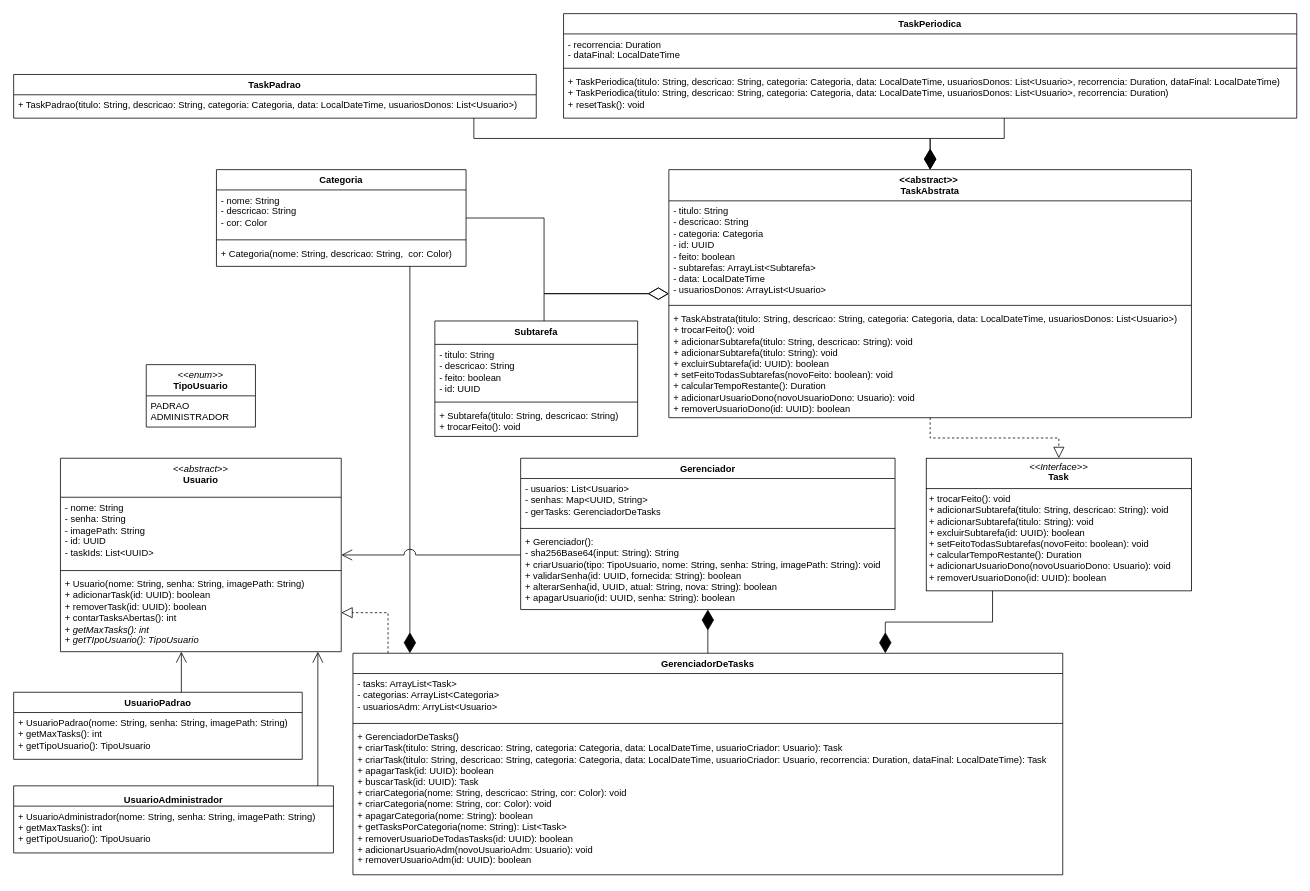
This is diagrama/diagrama.drawio from yaesetti/task-it, a draw.io file, before an edit. Source tidied: cells renumbered, new cells numbered last; positions are measured from the earlier drawing's top-left corner, leaving out a move shared by most shapes. Both pictures are drawn from the tidied source at 78%, with x=0, y=0 at pixel (13, 13).
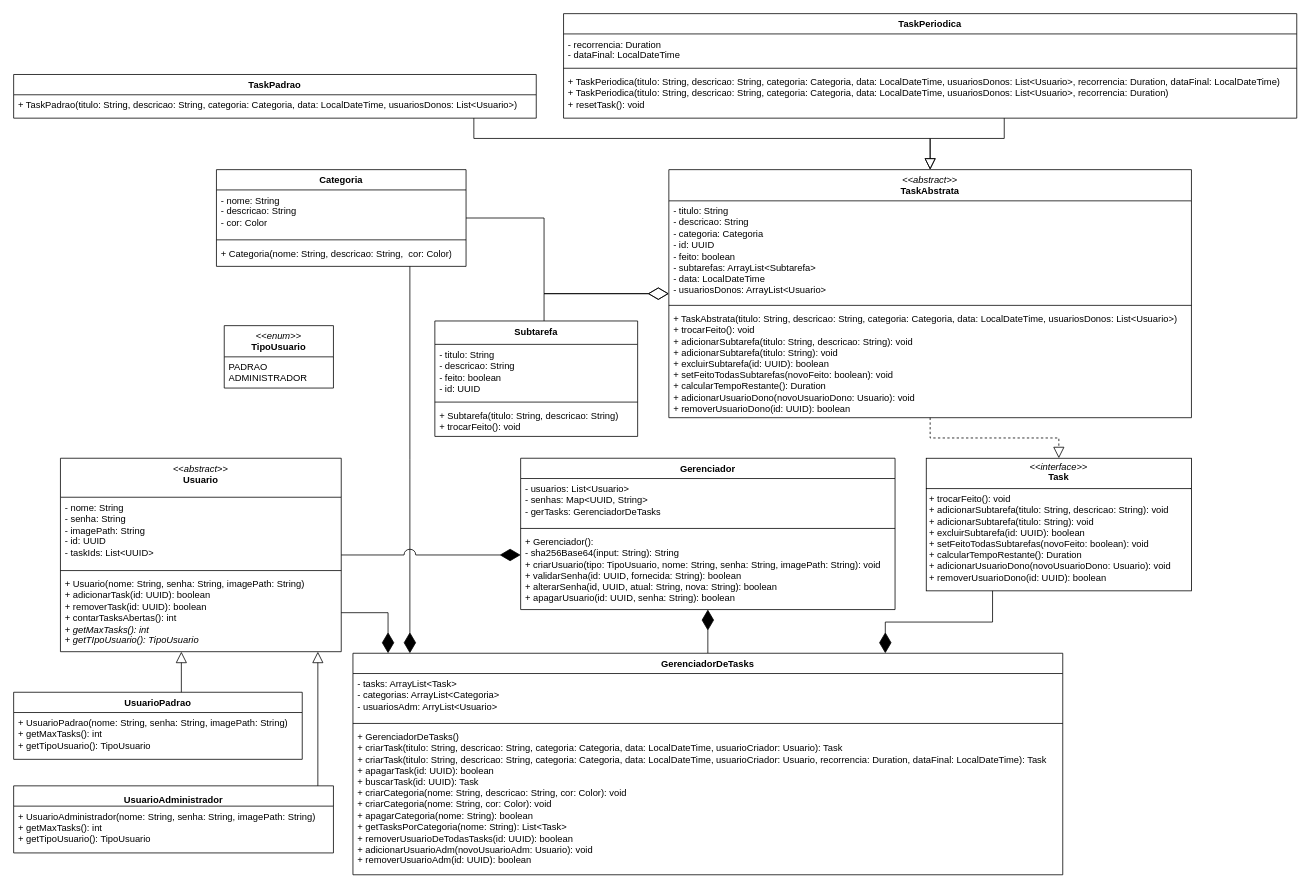
The same page after the edit.

Commit message:
agora sim tá bão

The change refers to these unchanged cells:
```xml
<mxCell id="15" value="TaskPadrao" style="swimlane;fontStyle=1;align=center;verticalAlign=top;horizontal=1;startSize=26;whiteSpace=wrap;html=1;" parent="1" vertex="1">
  <mxGeometry y="78" width="670" height="56" as="geometry" />
</mxCell>
<mxCell id="17" value="TaskPeriodica" style="swimlane;fontStyle=1;align=center;verticalAlign=top;horizontal=1;startSize=26;whiteSpace=wrap;html=1;" parent="1" vertex="1">
  <mxGeometry x="705" width="940" height="134" as="geometry" />
</mxCell>
<mxCell id="23" value="&lt;div&gt;&lt;span style=&quot;font-weight: normal;&quot;&gt;&amp;lt;&amp;lt;&lt;i&gt;abstract&lt;/i&gt;&amp;gt;&amp;gt;&lt;/span&gt;&lt;/div&gt;&lt;div&gt;Usuario&lt;/div&gt;" style="swimlane;fontStyle=1;align=center;verticalAlign=top;horizontal=1;startSize=50;whiteSpace=wrap;html=1;" parent="1" vertex="1">
  <mxGeometry x="60" y="570" width="360" height="248" as="geometry" />
</mxCell>
<mxCell id="26" value="&lt;div&gt;+ Usuario(nome: String, senha: String, imagePath: String)&lt;/div&gt;&lt;div&gt;+ adicionarTask(id: UUID): boolean&lt;/div&gt;&lt;div&gt;+ removerTask(id: UUID): boolean&lt;/div&gt;&lt;div&gt;+ contarTasksAbertas(): int&lt;/div&gt;&lt;div&gt;+ &lt;i&gt;getMaxTasks(): int&lt;/i&gt;&lt;/div&gt;&lt;div&gt;+ &lt;i&gt;getTIpoUsuario(): TipoUsuario&lt;/i&gt;&lt;/div&gt;" style="text;strokeColor=none;fillColor=none;align=left;verticalAlign=top;spacingLeft=4;spacingRight=4;overflow=hidden;points=[[0,0.5],[1,0.5]];portConstraint=eastwest;whiteSpace=wrap;html=1;" parent="23" vertex="1">
  <mxGeometry y="148" width="360" height="100" as="geometry" />
</mxCell>
<mxCell id="27" value="UsuarioPadrao" style="swimlane;fontStyle=1;align=center;verticalAlign=top;horizontal=1;startSize=26;whiteSpace=wrap;html=1;" parent="1" vertex="1">
  <mxGeometry y="870" width="370" height="86" as="geometry" />
</mxCell>
<mxCell id="29" value="&lt;p style=&quot;margin:0px;margin-top:4px;text-align:center;&quot;&gt;&lt;b&gt;UsuarioAdministrador&lt;/b&gt;&lt;/p&gt;" style="swimlane;fontStyle=1;align=center;verticalAlign=top;horizontal=1;startSize=26;whiteSpace=wrap;html=1;" parent="1" vertex="1">
  <mxGeometry y="990" width="410" height="86" as="geometry" />
</mxCell>
<mxCell id="42" value="Gerenciador" style="swimlane;fontStyle=1;align=center;verticalAlign=top;horizontal=1;startSize=26;whiteSpace=wrap;html=1;" parent="1" vertex="1">
  <mxGeometry x="650" y="570" width="480" height="194" as="geometry" />
</mxCell>
<mxCell id="46" value="GerenciadorDeTasks" style="swimlane;fontStyle=1;align=center;verticalAlign=top;horizontal=1;startSize=26;whiteSpace=wrap;html=1;" parent="1" vertex="1">
  <mxGeometry x="435" y="820" width="910" height="284" as="geometry" />
</mxCell>
```

The edit, as a diff of the source:
```diff
@@
-    <mxCell id="10" value="&lt;p style=&quot;margin:0px;margin-top:4px;text-align:center;&quot;&gt;&lt;i&gt;&amp;lt;&amp;lt;Interface&amp;gt;&amp;gt;&lt;/i&gt;&lt;br&gt;&lt;b&gt;Task&lt;/b&gt;&lt;/p&gt;&lt;hr size=&quot;1&quot; style=&quot;border-style:solid;&quot;&gt;&lt;p style=&quot;margin:0px;margin-left:4px;&quot;&gt;+ trocarFeito(): void&lt;/p&gt;&lt;p style=&quot;margin:0px;margin-left:4px;&quot;&gt;+ adicionarSubtarefa(titulo: String, descricao: String): void&lt;/p&gt;&lt;p style=&quot;margin:0px;margin-left:4px;&quot;&gt;+ adicionarSubtarefa(titulo: String): void&lt;/p&gt;&lt;p style=&quot;margin:0px;margin-left:4px;&quot;&gt;+ excluirSubtarefa(id: UUID): boolean&lt;/p&gt;&lt;p style=&quot;margin:0px;margin-left:4px;&quot;&gt;+ setFeitoTodasSubtarefas(novoFeito: boolean): void&lt;/p&gt;&lt;p style=&quot;margin:0px;margin-left:4px;&quot;&gt;+ calcularTempoRestante(): Duration&lt;/p&gt;&lt;p style=&quot;margin:0px;margin-left:4px;&quot;&gt;+ adicionarUsuarioDono(novoUsuarioDono: Usuario): void&lt;/p&gt;&lt;p style=&quot;margin:0px;margin-left:4px;&quot;&gt;+ removerUsuarioDono(id: UUID): boolean&lt;/p&gt;" style="verticalAlign=top;align=left;overflow=fill;html=1;whiteSpace=wrap;" parent="1" vertex="1">
+    <mxCell id="10" value="&lt;p style=&quot;margin:0px;margin-top:4px;text-align:center;&quot;&gt;&lt;i&gt;&amp;lt;&amp;lt;interface&amp;gt;&amp;gt;&lt;/i&gt;&lt;br&gt;&lt;b&gt;Task&lt;/b&gt;&lt;/p&gt;&lt;hr size=&quot;1&quot; style=&quot;border-style:solid;&quot;&gt;&lt;p style=&quot;margin:0px;margin-left:4px;&quot;&gt;+ trocarFeito(): void&lt;/p&gt;&lt;p style=&quot;margin:0px;margin-left:4px;&quot;&gt;+ adicionarSubtarefa(titulo: String, descricao: String): void&lt;/p&gt;&lt;p style=&quot;margin:0px;margin-left:4px;&quot;&gt;+ adicionarSubtarefa(titulo: String): void&lt;/p&gt;&lt;p style=&quot;margin:0px;margin-left:4px;&quot;&gt;+ excluirSubtarefa(id: UUID): boolean&lt;/p&gt;&lt;p style=&quot;margin:0px;margin-left:4px;&quot;&gt;+ setFeitoTodasSubtarefas(novoFeito: boolean): void&lt;/p&gt;&lt;p style=&quot;margin:0px;margin-left:4px;&quot;&gt;+ calcularTempoRestante(): Duration&lt;/p&gt;&lt;p style=&quot;margin:0px;margin-left:4px;&quot;&gt;+ adicionarUsuarioDono(novoUsuarioDono: Usuario): void&lt;/p&gt;&lt;p style=&quot;margin:0px;margin-left:4px;&quot;&gt;+ removerUsuarioDono(id: UUID): boolean&lt;/p&gt;" style="verticalAlign=top;align=left;overflow=fill;html=1;whiteSpace=wrap;" parent="1" vertex="1">
       <mxGeometry x="1170" y="570" width="340" height="170" as="geometry" />
     </mxCell>
-    <mxCell id="11" value="&lt;div&gt;&amp;lt;&amp;lt;abstract&amp;gt;&amp;gt;&amp;nbsp;&lt;/div&gt;&lt;div&gt;TaskAbstrata&lt;/div&gt;" style="swimlane;fontStyle=1;align=center;verticalAlign=top;horizontal=1;startSize=40;whiteSpace=wrap;html=1;" parent="1" vertex="1">
+    <mxCell id="11" value="&lt;div&gt;&lt;span style=&quot;font-weight: normal;&quot;&gt;&amp;lt;&amp;lt;&lt;i&gt;abstract&lt;/i&gt;&amp;gt;&amp;gt;&lt;/span&gt;&lt;/div&gt;&lt;div&gt;&lt;span style=&quot;background-color: transparent; color: light-dark(rgb(0, 0, 0), rgb(255, 255, 255));&quot;&gt;TaskAbstrata&lt;/span&gt;&lt;/div&gt;" style="swimlane;fontStyle=1;align=center;verticalAlign=top;horizontal=1;startSize=40;whiteSpace=wrap;html=1;" parent="1" vertex="1">
       <mxGeometry x="840" y="200" width="670" height="318" as="geometry" />
     </mxCell>
@@
     <mxCell id="21" value="&lt;div&gt;&amp;lt;&amp;lt;&lt;i&gt;enum&lt;/i&gt;&amp;gt;&amp;gt;&lt;/div&gt;&lt;div&gt;&lt;b&gt;TipoUsuario&lt;/b&gt;&lt;/div&gt;" style="swimlane;fontStyle=0;horizontal=1;startSize=40;fillColor=none;whiteSpace=wrap;html=1;" parent="1" vertex="1">
-      <mxGeometry x="170" y="450" width="140" height="80" as="geometry" />
+      <mxGeometry x="270" y="400" width="140" height="80" as="geometry" />
     </mxCell>
@@
-    <mxCell id="31" style="endArrow=diamondThin;endFill=1;endSize=24;html=1;rounded=0;edgeStyle=orthogonalEdgeStyle;" parent="1" edge="1" source="17" target="11">
+    <mxCell id="31" style="endArrow=block;endFill=0;endSize=12;html=1;rounded=0;edgeStyle=orthogonalEdgeStyle;" parent="1" edge="1" source="17" target="11">
       <mxGeometry relative="1" as="geometry">
         <Array as="points">
           <mxPoint x="1270" y="160" />
           <mxPoint x="1175" y="160" />
         </Array>
       </mxGeometry>
     </mxCell>
@@
-    <mxCell id="34" style="endArrow=open;endFill=1;endSize=12;html=1;rounded=0;edgeStyle=elbowEdgeStyle;" parent="1" edge="1" source="27" target="23">
+    <mxCell id="34" style="endArrow=block;endFill=0;endSize=12;html=1;rounded=0;edgeStyle=elbowEdgeStyle;" parent="1" edge="1" source="27" target="23">
       <mxGeometry relative="1" as="geometry" />
     </mxCell>
-    <mxCell id="35" style="endArrow=open;endFill=1;endSize=12;html=1;rounded=0;edgeStyle=elbowEdgeStyle;jumpStyle=arc;" parent="1" edge="1" source="29" target="23">
+    <mxCell id="35" style="endArrow=block;endFill=0;endSize=12;html=1;rounded=0;edgeStyle=elbowEdgeStyle;jumpStyle=arc;" parent="1" edge="1" source="29" target="23">
       <mxGeometry relative="1" as="geometry">
         <Array as="points">
           <mxPoint x="390" y="970" />
         </Array>
       </mxGeometry>
     </mxCell>
@@
-    <mxCell id="38" style="endArrow=open;endFill=1;endSize=12;html=1;rounded=0;edgeStyle=orthogonalEdgeStyle;jumpStyle=arc;jumpSize=15;" parent="1" edge="1" source="42" target="23">
+    <mxCell id="38" style="endArrow=none;endFill=0;endSize=12;html=1;rounded=0;edgeStyle=orthogonalEdgeStyle;jumpStyle=arc;jumpSize=15;startArrow=diamondThin;startFill=1;startSize=24;" parent="1" edge="1" source="42" target="23">
       <mxGeometry relative="1" as="geometry">
         <Array as="points">
           <mxPoint x="580" y="694" />
           <mxPoint x="580" y="694" />
         </Array>
       </mxGeometry>
     </mxCell>
@@
-    <mxCell id="41" style="endArrow=block;dashed=1;endFill=0;endSize=12;html=1;rounded=0;entryX=1;entryY=0.5;entryDx=0;entryDy=0;edgeStyle=orthogonalEdgeStyle;" parent="1" edge="1" source="46" target="26">
+    <mxCell id="41" style="endArrow=none;endFill=0;endSize=12;html=1;rounded=0;entryX=1;entryY=0.5;entryDx=0;entryDy=0;edgeStyle=orthogonalEdgeStyle;startArrow=diamondThin;startFill=1;startSize=24;" parent="1" edge="1" source="46" target="26">
       <mxGeometry relative="1" as="geometry">
         <Array as="points">
           <mxPoint x="480" y="768" />
         </Array>
       </mxGeometry>
     </mxCell>
@@
-    <mxCell id="50" style="endArrow=diamondThin;endFill=1;endSize=24;html=1;rounded=0;edgeStyle=orthogonalEdgeStyle;entryX=0.5;entryY=0;entryDx=0;entryDy=0;elbow=vertical;" parent="1" edge="1" source="15" target="11">
+    <mxCell id="50" style="endArrow=block;endFill=0;endSize=12;html=1;rounded=0;edgeStyle=orthogonalEdgeStyle;entryX=0.5;entryY=0;entryDx=0;entryDy=0;elbow=vertical;" parent="1" edge="1" source="15" target="11">
       <mxGeometry relative="1" as="geometry">
         <Array as="points">
           <mxPoint x="590" y="160" />
           <mxPoint x="1175" y="160" />
         </Array>
       </mxGeometry>
     </mxCell>
```
